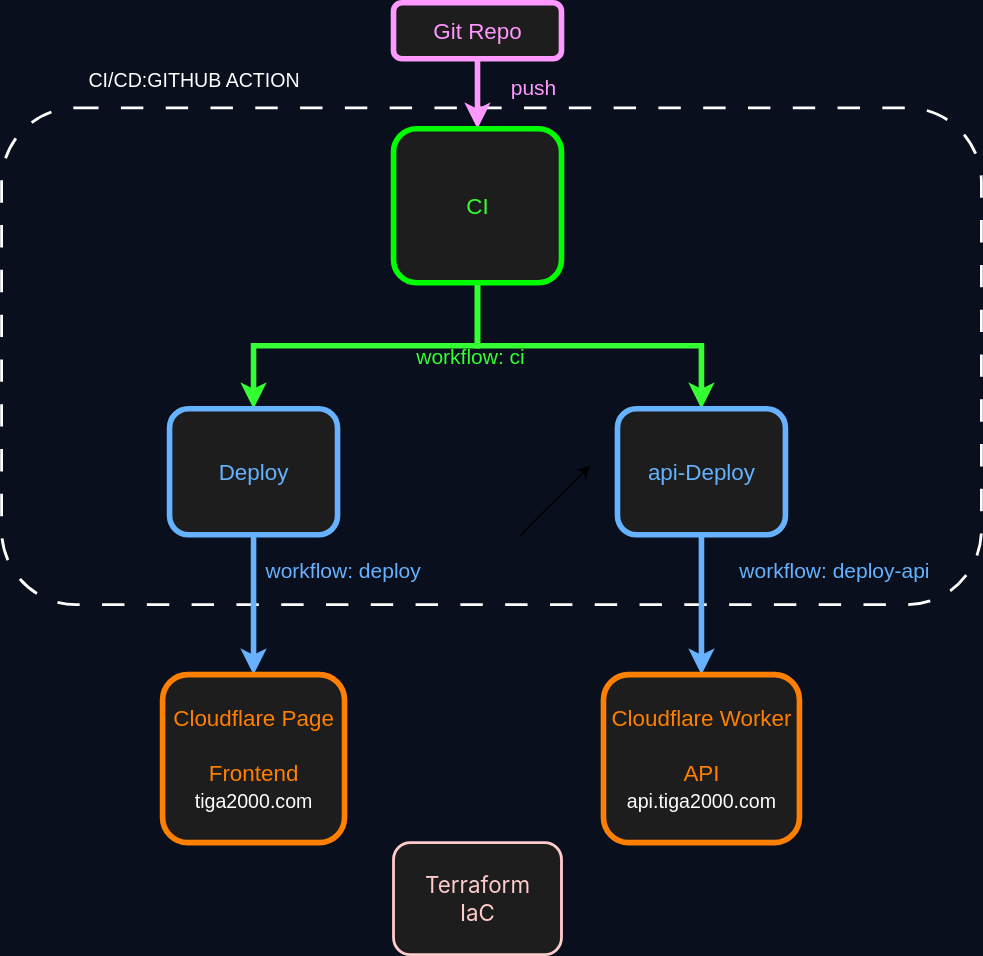
Earlier version of the draw.io export packages/frontend/public/images/SystemArchitecture.drawio.svg (Tigayzc/golden-path-demo). Source tidied: cells renumbered, new cells last; positions are measured from the earlier drawing's top-left corner, leaving out a move shared by most shapes. Its diagram source:
```xml
<mxGraphModel background="#0A0F1E">
  <root>
    <mxCell id="0" />
    <mxCell id="1" parent="0" />
    <mxCell id="2" style="rounded=1;whiteSpace=wrap;html=1;fillColor=none;dashed=1;dashPattern=8 8;strokeColor=light-dark(#FFFFFF,#EDEDED);strokeWidth=2;" parent="1" vertex="1">
      <mxGeometry y="75" width="700" height="355" as="geometry" />
    </mxCell>
    <mxCell id="3" style="edgeStyle=orthogonalEdgeStyle;rounded=0;jettySize=auto;html=1;exitX=0.5;exitY=1;exitDx=0;exitDy=0;entryX=0.5;entryY=0;entryDx=0;entryDy=0;strokeWidth=4;strokeColor=light-dark(#FF99FF,#EDEDED);" parent="1" edge="1" source="4" target="7">
      <mxGeometry relative="1" as="geometry" />
    </mxCell>
    <mxCell id="4" value="Git Repo" style="rounded=1;whiteSpace=wrap;html=1;labelBackgroundColor=none;strokeWidth=4;glass=0;fillColor=#1D1D1D;strokeColor=light-dark(#FF99FF,#EDEDED);fontColor=light-dark(#FF99FF,#EDEDED);fontSize=16;" parent="1" vertex="1">
      <mxGeometry x="280" width="120" height="40" as="geometry" />
    </mxCell>
    <mxCell id="5" style="edgeStyle=orthogonalEdgeStyle;rounded=0;jettySize=auto;html=1;exitX=0.5;exitY=1;exitDx=0;exitDy=0;entryX=0.5;entryY=0;entryDx=0;entryDy=0;fillColor=#f5f5f5;strokeColor=light-dark(#33FF33,#33FF33);strokeWidth=4;" parent="1" edge="1" source="7" target="9">
      <mxGeometry relative="1" as="geometry" />
    </mxCell>
    <mxCell id="6" style="edgeStyle=orthogonalEdgeStyle;rounded=0;jettySize=auto;html=1;exitX=0.5;exitY=1;exitDx=0;exitDy=0;entryX=0.5;entryY=0;entryDx=0;entryDy=0;strokeColor=light-dark(#33FF33,#33FF33);strokeWidth=4;" parent="1" edge="1" source="7" target="11">
      <mxGeometry relative="1" as="geometry" />
    </mxCell>
    <mxCell id="7" value="CI" style="rounded=1;whiteSpace=wrap;html=1;labelBackgroundColor=none;strokeWidth=4;glass=0;fillColor=#1D1D1D;strokeColor=light-dark(#00FF00,#EDEDED);fontColor=light-dark(#33FF33,#EDEDED);fontSize=16;" parent="1" vertex="1">
      <mxGeometry x="280" y="90" width="120" height="110" as="geometry" />
    </mxCell>
    <mxCell id="8" style="edgeStyle=orthogonalEdgeStyle;rounded=0;jettySize=auto;html=1;exitX=0.5;exitY=1;exitDx=0;exitDy=0;entryX=0.5;entryY=0;entryDx=0;entryDy=0;strokeColor=light-dark(#66B2FF,#EDEDED);strokeWidth=4;" parent="1" edge="1" source="9" target="12">
      <mxGeometry relative="1" as="geometry" />
    </mxCell>
    <mxCell id="9" value="Deploy" style="rounded=1;whiteSpace=wrap;html=1;labelBackgroundColor=none;strokeWidth=4;glass=0;fillColor=#1D1D1D;strokeColor=light-dark(#66B2FF,#EDEDED);fontColor=light-dark(#66B2FF,#EDEDED);fontSize=16;" parent="1" vertex="1">
      <mxGeometry x="120" y="290" width="120" height="90" as="geometry" />
    </mxCell>
    <mxCell id="10" style="edgeStyle=orthogonalEdgeStyle;rounded=0;jettySize=auto;html=1;exitX=0.5;exitY=1;exitDx=0;exitDy=0;entryX=0.5;entryY=0;entryDx=0;entryDy=0;strokeColor=light-dark(#66B2FF,#EDEDED);strokeWidth=4;" parent="1" edge="1" target="13">
      <mxGeometry relative="1" as="geometry">
        <mxPoint x="500" y="347" as="sourcePoint" />
      </mxGeometry>
    </mxCell>
    <mxCell id="11" value="api-Deploy" style="rounded=1;whiteSpace=wrap;html=1;labelBackgroundColor=none;strokeWidth=4;glass=0;fillColor=#1D1D1D;strokeColor=light-dark(#66B2FF,#EDEDED);fontColor=light-dark(#66B2FF,#EDEDED);fontSize=16;" parent="1" vertex="1">
      <mxGeometry x="440" y="290" width="120" height="90" as="geometry" />
    </mxCell>
    <mxCell id="12" value="Cloudflare Page&lt;div&gt;&lt;br&gt;&lt;/div&gt;&lt;div&gt;Frontend&lt;/div&gt;&lt;div&gt;&lt;font style=&quot;font-size: 14px; color: rgb(255, 255, 255);&quot;&gt;tiga2000.com&lt;/font&gt;&lt;/div&gt;" style="rounded=1;whiteSpace=wrap;html=1;labelBackgroundColor=none;strokeWidth=4;glass=0;fillColor=#1D1D1D;strokeColor=light-dark(#FF8000,#EDEDED);fontColor=light-dark(#FF8000,#EDEDED);fontSize=16;" parent="1" vertex="1">
      <mxGeometry x="115" y="480" width="130" height="120" as="geometry" />
    </mxCell>
    <mxCell id="13" value="Cloudflare Worker&lt;div&gt;&lt;br&gt;&lt;/div&gt;&lt;div&gt;API&lt;/div&gt;&lt;div&gt;&lt;font style=&quot;font-size: 14px; color: rgb(255, 255, 255);&quot;&gt;api.tiga2000.com&lt;/font&gt;&lt;/div&gt;" style="rounded=1;whiteSpace=wrap;html=1;labelBackgroundColor=none;strokeWidth=4;glass=0;fillColor=#1D1D1D;strokeColor=light-dark(#FF8000,#EDEDED);fontColor=light-dark(#FF8000,#EDEDED);fontSize=16;" parent="1" vertex="1">
      <mxGeometry x="430" y="480" width="140" height="120" as="geometry" />
    </mxCell>
    <mxCell id="14" style="endArrow=classic;html=1;rounded=0;" parent="1" edge="1">
      <mxGeometry relative="1" as="geometry">
        <mxPoint x="370" y="380" as="sourcePoint" />
        <mxPoint x="420" y="330" as="targetPoint" />
      </mxGeometry>
    </mxCell>
    <mxCell id="15" value="push" style="text;html=1;whiteSpace=wrap;strokeColor=none;fillColor=none;align=center;verticalAlign=middle;rounded=0;fontColor=light-dark(#FF99FF,#EDEDED);fontSize=15;" parent="1" vertex="1">
      <mxGeometry x="350" y="45" width="60" height="30" as="geometry" />
    </mxCell>
    <mxCell id="16" value="workflow: ci" style="text;html=1;whiteSpace=wrap;strokeColor=none;fillColor=none;align=center;verticalAlign=middle;rounded=0;fontColor=light-dark(#33FF33,#33FF33);fontSize=15;" parent="1" vertex="1">
      <mxGeometry x="270" y="237" width="130" height="30" as="geometry" />
    </mxCell>
    <mxCell id="17" value="workflow: deploy" style="text;html=1;whiteSpace=wrap;strokeColor=none;fillColor=none;align=center;verticalAlign=middle;rounded=0;fontColor=light-dark(#66B2FF,#EDEDED);fontSize=15;" parent="1" vertex="1">
      <mxGeometry x="179" y="390" width="130" height="30" as="geometry" />
    </mxCell>
    <mxCell id="18" value="workflow: deploy-api" style="text;html=1;whiteSpace=wrap;strokeColor=none;fillColor=none;align=center;verticalAlign=middle;rounded=0;fontColor=light-dark(#66B2FF,#EDEDED);fontSize=15;" parent="1" vertex="1">
      <mxGeometry x="510" y="390" width="170" height="30" as="geometry" />
    </mxCell>
    <mxCell id="19" value="CI/CD:GITHUB ACTION" style="text;html=1;whiteSpace=wrap;align=center;verticalAlign=middle;rounded=0;fontColor=#FFFFFF;fontSize=14;" parent="1" vertex="1">
      <mxGeometry x="35" y="40" width="205" height="30" as="geometry" />
    </mxCell>
    <mxCell id="20" value="&lt;div style=&quot;text-align: start;&quot;&gt;&lt;font face=&quot;-apple-system, system-ui, Segoe UI, Roboto, Oxygen, Ubuntu, Cantarell, Fira Sans, Droid Sans, Helvetica Neue, sans-serif&quot; size=&quot;3&quot;&gt;&lt;span style=&quot;&quot;&gt;Terraform&lt;/span&gt;&lt;/font&gt;&lt;/div&gt;&lt;div style=&quot;&quot;&gt;&lt;span style=&quot;font-family: -apple-system, system-ui, &amp;quot;Segoe UI&amp;quot;, Roboto, Oxygen, Ubuntu, Cantarell, &amp;quot;Fira Sans&amp;quot;, &amp;quot;Droid Sans&amp;quot;, &amp;quot;Helvetica Neue&amp;quot;, sans-serif; font-size: medium;&quot;&gt;IaC&lt;/span&gt;&lt;/div&gt;&lt;div&gt;&lt;div&gt;&lt;div&gt;&lt;/div&gt;&lt;/div&gt;&lt;/div&gt;" style="rounded=1;whiteSpace=wrap;html=1;fillColor=#1D1D1D;strokeColor=light-dark(#FFCCCC,#EDEDED);strokeWidth=2;fontColor=light-dark(#FFCCCC,#EDEDED);labelBackgroundColor=none;" parent="1" vertex="1">
      <mxGeometry x="280" y="600" width="120" height="80" as="geometry" />
    </mxCell>
  </root>
</mxGraphModel>
```
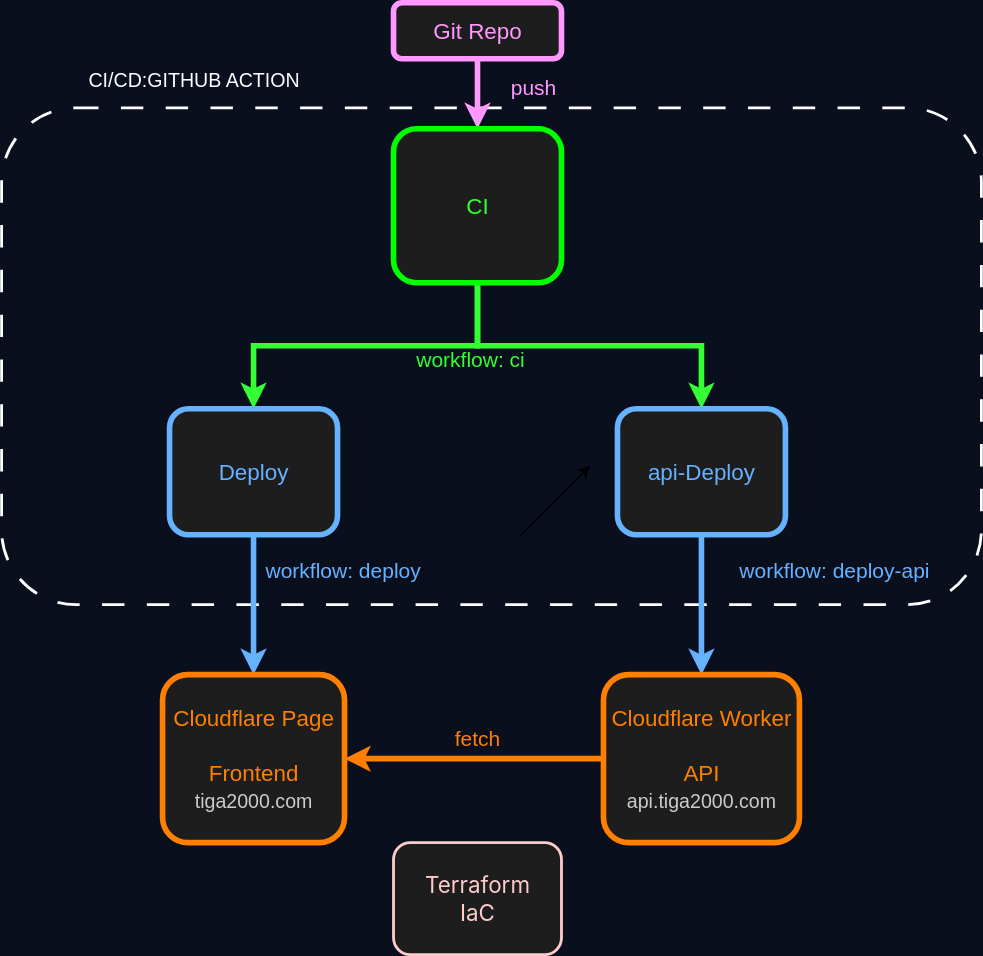
Later version of the same file.

Commit message:
new architecture map2

The edit, as a diff of the source:
```diff
@@ -34,10 +34,13 @@
     <mxCell id="11" value="api-Deploy" style="rounded=1;whiteSpace=wrap;html=1;labelBackgroundColor=none;strokeWidth=4;glass=0;fillColor=#1D1D1D;strokeColor=light-dark(#66B2FF,#EDEDED);fontColor=light-dark(#66B2FF,#EDEDED);fontSize=16;" parent="1" vertex="1">
       <mxGeometry x="440" y="290" width="120" height="90" as="geometry" />
     </mxCell>
-    <mxCell id="12" value="Cloudflare Page&lt;div&gt;&lt;br&gt;&lt;/div&gt;&lt;div&gt;Frontend&lt;/div&gt;&lt;div&gt;&lt;font style=&quot;font-size: 14px; color: rgb(255, 255, 255);&quot;&gt;tiga2000.com&lt;/font&gt;&lt;/div&gt;" style="rounded=1;whiteSpace=wrap;html=1;labelBackgroundColor=none;strokeWidth=4;glass=0;fillColor=#1D1D1D;strokeColor=light-dark(#FF8000,#EDEDED);fontColor=light-dark(#FF8000,#EDEDED);fontSize=16;" parent="1" vertex="1">
+    <mxCell id="12" value="Cloudflare Page&lt;div&gt;&lt;br&gt;&lt;/div&gt;&lt;div&gt;Frontend&lt;/div&gt;&lt;div&gt;&lt;font style=&quot;font-size: 14px; color: rgb(204, 204, 204);&quot;&gt;tiga2000.com&lt;/font&gt;&lt;/div&gt;" style="rounded=1;whiteSpace=wrap;html=1;labelBackgroundColor=none;strokeWidth=4;glass=0;fillColor=#1D1D1D;strokeColor=light-dark(#FF8000,#EDEDED);fontColor=light-dark(#FF8000,#EDEDED);fontSize=16;" parent="1" vertex="1">
       <mxGeometry x="115" y="480" width="130" height="120" as="geometry" />
     </mxCell>
+    <mxCell id="21" style="edgeStyle=orthogonalEdgeStyle;rounded=0;jettySize=auto;html=1;exitX=0;exitY=0.5;exitDx=0;exitDy=0;entryX=1;entryY=0.5;entryDx=0;entryDy=0;strokeWidth=4;strokeColor=#FF8000;" parent="1" edge="1" source="13" target="12">
+      <mxGeometry relative="1" as="geometry" />
+    </mxCell>
-    <mxCell id="13" value="Cloudflare Worker&lt;div&gt;&lt;br&gt;&lt;/div&gt;&lt;div&gt;API&lt;/div&gt;&lt;div&gt;&lt;font style=&quot;font-size: 14px; color: rgb(255, 255, 255);&quot;&gt;api.tiga2000.com&lt;/font&gt;&lt;/div&gt;" style="rounded=1;whiteSpace=wrap;html=1;labelBackgroundColor=none;strokeWidth=4;glass=0;fillColor=#1D1D1D;strokeColor=light-dark(#FF8000,#EDEDED);fontColor=light-dark(#FF8000,#EDEDED);fontSize=16;" parent="1" vertex="1">
+    <mxCell id="13" value="Cloudflare Worker&lt;div&gt;&lt;br&gt;&lt;/div&gt;&lt;div&gt;API&lt;/div&gt;&lt;div&gt;&lt;font style=&quot;font-size: 14px; color: rgb(204, 204, 204);&quot;&gt;api.tiga2000.com&lt;/font&gt;&lt;/div&gt;" style="rounded=1;whiteSpace=wrap;html=1;labelBackgroundColor=none;strokeWidth=4;glass=0;fillColor=#1D1D1D;strokeColor=light-dark(#FF8000,#EDEDED);fontColor=light-dark(#FF8000,#EDEDED);fontSize=16;" parent="1" vertex="1">
       <mxGeometry x="430" y="480" width="140" height="120" as="geometry" />
     </mxCell>
     <mxCell id="14" style="endArrow=classic;html=1;rounded=0;" parent="1" edge="1">
@@ -50,7 +53,7 @@
       <mxGeometry x="350" y="45" width="60" height="30" as="geometry" />
     </mxCell>
     <mxCell id="16" value="workflow: ci" style="text;html=1;whiteSpace=wrap;strokeColor=none;fillColor=none;align=center;verticalAlign=middle;rounded=0;fontColor=light-dark(#33FF33,#33FF33);fontSize=15;" parent="1" vertex="1">
-      <mxGeometry x="270" y="237" width="130" height="30" as="geometry" />
+      <mxGeometry x="270" y="239" width="130" height="30" as="geometry" />
     </mxCell>
     <mxCell id="17" value="workflow: deploy" style="text;html=1;whiteSpace=wrap;strokeColor=none;fillColor=none;align=center;verticalAlign=middle;rounded=0;fontColor=light-dark(#66B2FF,#EDEDED);fontSize=15;" parent="1" vertex="1">
       <mxGeometry x="179" y="390" width="130" height="30" as="geometry" />
@@ -64,5 +67,8 @@
     <mxCell id="20" value="&lt;div style=&quot;text-align: start;&quot;&gt;&lt;font face=&quot;-apple-system, system-ui, Segoe UI, Roboto, Oxygen, Ubuntu, Cantarell, Fira Sans, Droid Sans, Helvetica Neue, sans-serif&quot; size=&quot;3&quot;&gt;&lt;span style=&quot;&quot;&gt;Terraform&lt;/span&gt;&lt;/font&gt;&lt;/div&gt;&lt;div style=&quot;&quot;&gt;&lt;span style=&quot;font-family: -apple-system, system-ui, &amp;quot;Segoe UI&amp;quot;, Roboto, Oxygen, Ubuntu, Cantarell, &amp;quot;Fira Sans&amp;quot;, &amp;quot;Droid Sans&amp;quot;, &amp;quot;Helvetica Neue&amp;quot;, sans-serif; font-size: medium;&quot;&gt;IaC&lt;/span&gt;&lt;/div&gt;&lt;div&gt;&lt;div&gt;&lt;div&gt;&lt;/div&gt;&lt;/div&gt;&lt;/div&gt;" style="rounded=1;whiteSpace=wrap;html=1;fillColor=#1D1D1D;strokeColor=light-dark(#FFCCCC,#EDEDED);strokeWidth=2;fontColor=light-dark(#FFCCCC,#EDEDED);labelBackgroundColor=none;" parent="1" vertex="1">
       <mxGeometry x="280" y="600" width="120" height="80" as="geometry" />
     </mxCell>
+    <mxCell id="22" value="fetch" style="text;html=1;whiteSpace=wrap;strokeColor=none;fillColor=none;align=center;verticalAlign=middle;rounded=0;fontColor=#FF8000;fontSize=15;" parent="1" vertex="1">
+      <mxGeometry x="310" y="510" width="60" height="30" as="geometry" />
+    </mxCell>
   </root>
 </mxGraphModel>
```
